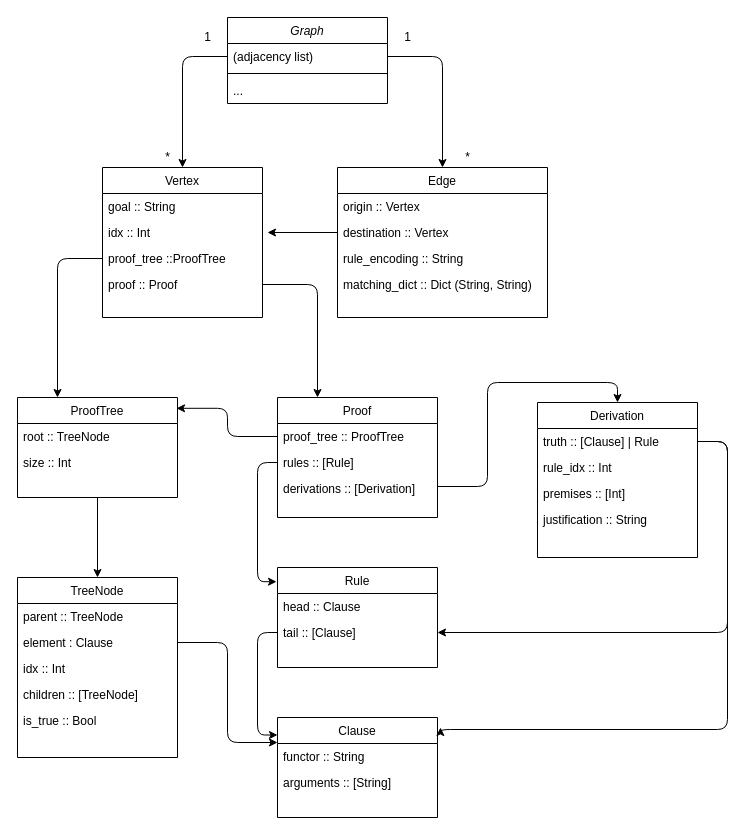
This is Untitled Diagram.drawio from eileenwang1/Python-Prolog-Interpreter, a draw.io file, before an edit. Source tidied: cells renumbered, new cells numbered last; positions are measured from the earlier drawing's top-left corner, leaving out a move shared by most shapes. Both pictures are drawn from the tidied source at 100%, with x=0, y=0 at pixel (17, 17).
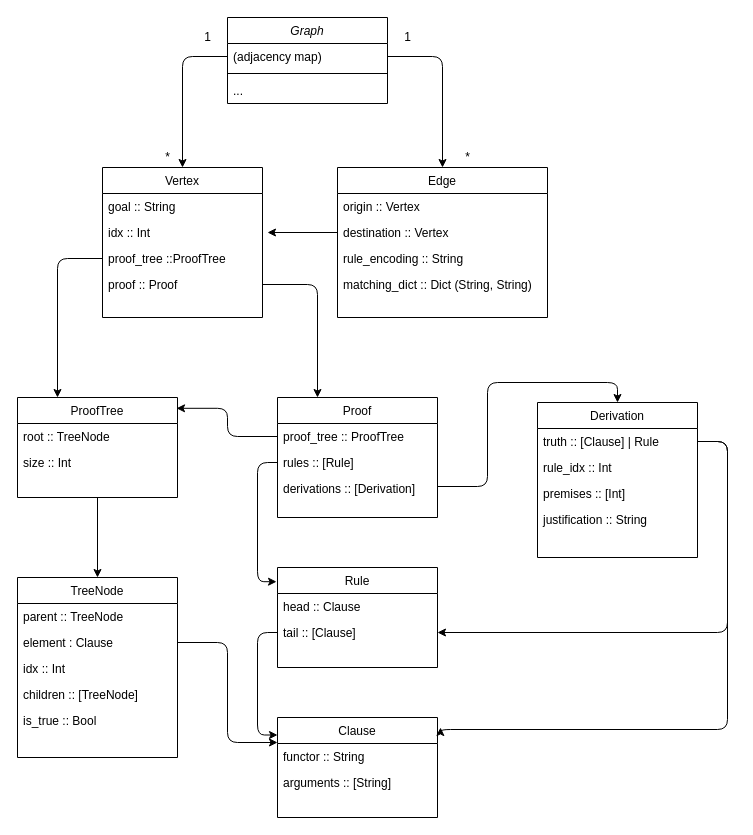
After the change.

Unchanged cells that the change refers to:
```xml
<mxCell id="2" value="Graph" style="swimlane;fontStyle=2;align=center;verticalAlign=top;horizontal=1;startSize=26;shadow=0;strokeWidth=1;" parent="1" vertex="1">
  <mxGeometry x="210" width="160" height="86" as="geometry" />
</mxCell>
```

The edit, as a diff of the source:
```diff
@@
-    <mxCell id="3" value="(adjacency list)" style="text;align=left;verticalAlign=top;spacingLeft=4;spacingRight=4;overflow=hidden;points=[[0,0.5],[1,0.5]];portConstraint=eastwest;" parent="2" vertex="1">
+    <mxCell id="3" value="(adjacency map)" style="text;align=left;verticalAlign=top;spacingLeft=4;spacingRight=4;overflow=hidden;points=[[0,0.5],[1,0.5]];portConstraint=eastwest;" parent="2" vertex="1">
       <mxGeometry y="26" width="160" height="26" as="geometry" />
     </mxCell>
```
